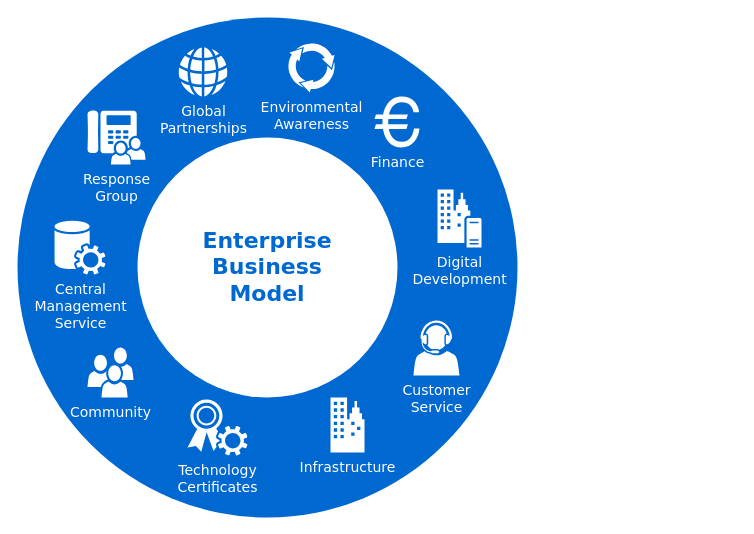
This is 未命名绘图.drawio from ZhangChengLin/zhangchenglin, a draw.io file, before an edit. Source tidied: cells renumbered, new cells numbered last; positions are measured from the earlier drawing's top-left corner, leaving out a move shared by most shapes. Both pictures are drawn from the tidied source at 100%, with x=0, y=0 at pixel (17, 17).
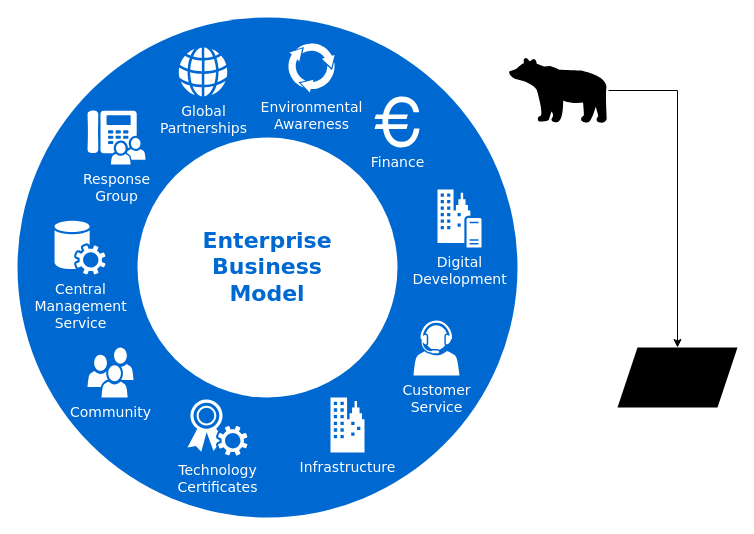
The same page after the edit.

Commit message:
更新未命名绘图.drawio

Diff of the diagram source:
```diff
@@
 <mxGraphModel>
   <root>
     <mxCell id="0" />
     <mxCell id="1" parent="0" />
     <mxCell id="2" style="ellipse;whiteSpace=wrap;html=1;rounded=0;shadow=0;comic=0;strokeWidth=1;fontFamily=Verdana;fontSize=14;strokeColor=none;fillColor=#0069D1;" parent="1" vertex="1">
       <mxGeometry width="500" height="500" as="geometry" />
     </mxCell>
     <mxCell id="3" value="Enterprise&lt;div&gt;Business&lt;/div&gt;&lt;div&gt;Model&lt;/div&gt;" style="ellipse;whiteSpace=wrap;html=1;rounded=0;shadow=0;comic=0;strokeWidth=1;fontFamily=Verdana;fontSize=22;strokeColor=none;fillColor=#ffffff;fontColor=#0069D1;fontStyle=1;" parent="1" vertex="1">
       <mxGeometry x="120" y="120" width="260" height="260" as="geometry" />
     </mxCell>
     <mxCell id="4" value="Community" style="shadow=0;dashed=0;html=1;strokeColor=none;fillColor=#ffffff;labelPosition=center;verticalLabelPosition=bottom;verticalAlign=top;shape=mxgraph.office.users.users;rounded=0;comic=0;fontFamily=Verdana;fontSize=14;fontColor=#FFFFFF;" parent="1" vertex="1">
       <mxGeometry x="70" y="330" width="46" height="50" as="geometry" />
     </mxCell>
     <mxCell id="5" value="Customer&lt;div&gt;Service&lt;/div&gt;" style="shadow=0;dashed=0;html=1;strokeColor=none;fillColor=#ffffff;labelPosition=center;verticalLabelPosition=bottom;verticalAlign=top;shape=mxgraph.office.users.call_center_agent;rounded=0;comic=0;fontFamily=Verdana;fontSize=14;fontColor=#FFFFFF;" parent="1" vertex="1">
       <mxGeometry x="396" y="303" width="46" height="55" as="geometry" />
     </mxCell>
     <mxCell id="6" value="Response&lt;div&gt;Group&lt;/div&gt;" style="shadow=0;dashed=0;html=1;strokeColor=none;fillColor=#ffffff;labelPosition=center;verticalLabelPosition=bottom;verticalAlign=top;shape=mxgraph.office.users.response_group;rounded=0;comic=0;fontFamily=Verdana;fontSize=14;fontColor=#FFFFFF;" parent="1" vertex="1">
       <mxGeometry x="70" y="93" width="58" height="54" as="geometry" />
     </mxCell>
     <mxCell id="7" value="Central&lt;div&gt;Management&lt;/div&gt;&lt;div&gt;Service&lt;/div&gt;" style="shadow=0;dashed=0;html=1;strokeColor=none;fillColor=#ffffff;labelPosition=center;verticalLabelPosition=bottom;verticalAlign=top;shape=mxgraph.office.services.central_management_service;rounded=0;comic=0;fontFamily=Verdana;fontSize=14;fontColor=#FFFFFF;" parent="1" vertex="1">
       <mxGeometry x="37" y="203" width="51" height="54" as="geometry" />
     </mxCell>
     <mxCell id="8" value="Digital&lt;div&gt;Development&lt;/div&gt;" style="shadow=0;dashed=0;html=1;strokeColor=none;fillColor=#ffffff;labelPosition=center;verticalLabelPosition=bottom;verticalAlign=top;shape=mxgraph.office.servers.on_premises_server;rounded=0;comic=0;fontFamily=Verdana;fontSize=14;fontColor=#FFFFFF;" parent="1" vertex="1">
       <mxGeometry x="420" y="172" width="44" height="58" as="geometry" />
     </mxCell>
     <mxCell id="9" value="Technology&lt;div&gt;Certificates&lt;/div&gt;" style="shadow=0;dashed=0;html=1;strokeColor=none;fillColor=#ffffff;labelPosition=center;verticalLabelPosition=bottom;verticalAlign=top;shape=mxgraph.office.security.token_service;rounded=0;comic=0;fontFamily=Verdana;fontSize=14;fontColor=#FFFFFF;" parent="1" vertex="1">
       <mxGeometry x="170" y="382" width="60" height="56" as="geometry" />
     </mxCell>
     <mxCell id="10" value="Infrastructure" style="shadow=0;dashed=0;html=1;strokeColor=none;fillColor=#ffffff;labelPosition=center;verticalLabelPosition=bottom;verticalAlign=top;shape=mxgraph.office.concepts.on_premises;rounded=0;comic=0;fontFamily=Verdana;fontSize=14;fontColor=#FFFFFF;" parent="1" vertex="1">
       <mxGeometry x="313" y="380" width="34" height="55" as="geometry" />
     </mxCell>
     <mxCell id="11" value="Global&lt;div&gt;Partnerships&lt;/div&gt;" style="shadow=0;dashed=0;html=1;strokeColor=none;fillColor=#ffffff;labelPosition=center;verticalLabelPosition=bottom;verticalAlign=top;shape=mxgraph.office.concepts.globe_internet;rounded=0;comic=0;fontFamily=Verdana;fontSize=14;fontColor=#FFFFFF;" parent="1" vertex="1">
       <mxGeometry x="161" y="30" width="49" height="49" as="geometry" />
     </mxCell>
     <mxCell id="12" value="Environmental&lt;div&gt;Awareness&lt;/div&gt;" style="shadow=0;dashed=0;html=1;strokeColor=none;shape=mxgraph.mscae.general.continuous_cycle;fillColor=#ffffff;rounded=0;comic=0;fontFamily=Verdana;fontSize=14;fontColor=#FFFFFF;verticalAlign=top;labelPosition=center;verticalLabelPosition=bottom;align=center;" parent="1" vertex="1">
       <mxGeometry x="270" y="25" width="48" height="50" as="geometry" />
     </mxCell>
     <mxCell id="13" value="Finance" style="shape=mxgraph.signs.travel.euro;html=1;fillColor=#ffffff;strokeColor=none;verticalLabelPosition=bottom;verticalAlign=top;align=center;rounded=0;shadow=0;dashed=0;comic=0;fontFamily=Verdana;fontSize=14;fontColor=#FFFFFF;" parent="1" vertex="1">
       <mxGeometry x="357" y="79" width="45" height="51" as="geometry" />
     </mxCell>
+    <mxCell id="14" style="edgeStyle=orthogonalEdgeStyle;rounded=0;jettySize=auto;html=1;" parent="1" edge="1" source="15" target="16">
+      <mxGeometry relative="1" as="geometry" />
+    </mxCell>
+    <mxCell id="15" style="shape=mxgraph.signs.animals.bear_2;html=1;fillColor=#000000;strokeColor=none;verticalLabelPosition=bottom;verticalAlign=top;align=center;sketch=0;" parent="1" vertex="1">
+      <mxGeometry x="490" y="40" width="101" height="66" as="geometry" />
+    </mxCell>
+    <mxCell id="16" style="shape=parallelogram;perimeter=parallelogramPerimeter;whiteSpace=wrap;html=1;fixedSize=1;verticalAlign=top;fillColor=#000000;strokeColor=none;sketch=0;" parent="1" vertex="1">
+      <mxGeometry x="600" y="330" width="120" height="60" as="geometry" />
+    </mxCell>
   </root>
 </mxGraphModel>
```
